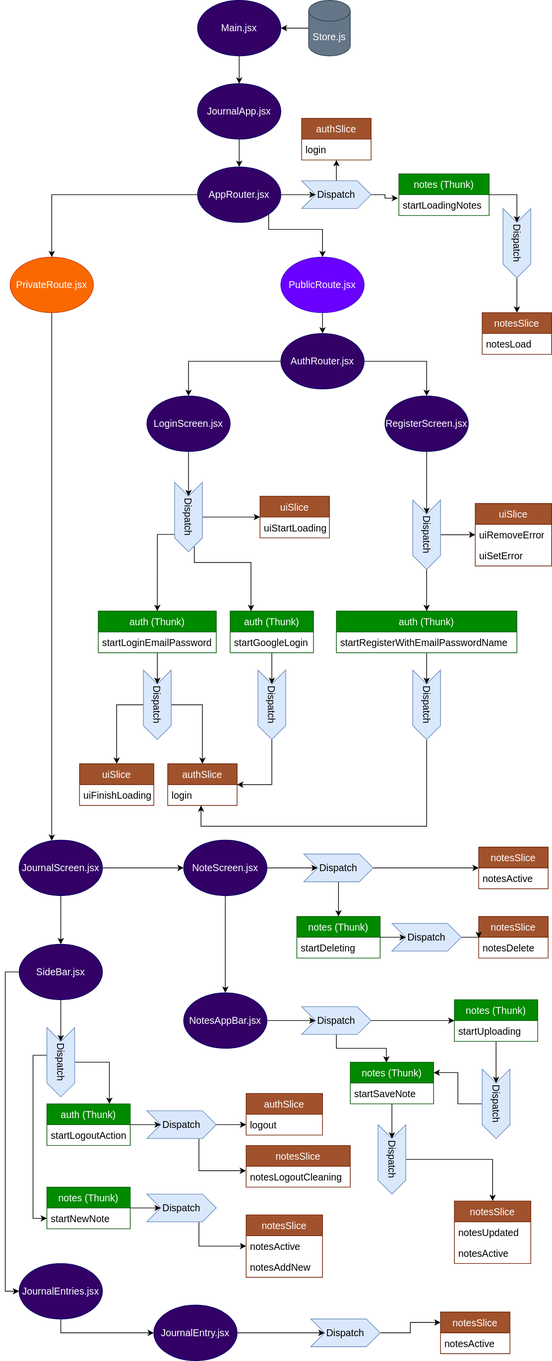
lucasgojeda/journal-app-vite keeps this draw.io diagram as images/mapa.svg. Above is the earlier version. Source tidied: cells renumbered, new cells last; positions are measured from the earlier drawing's top-left corner, leaving out a move shared by most shapes.
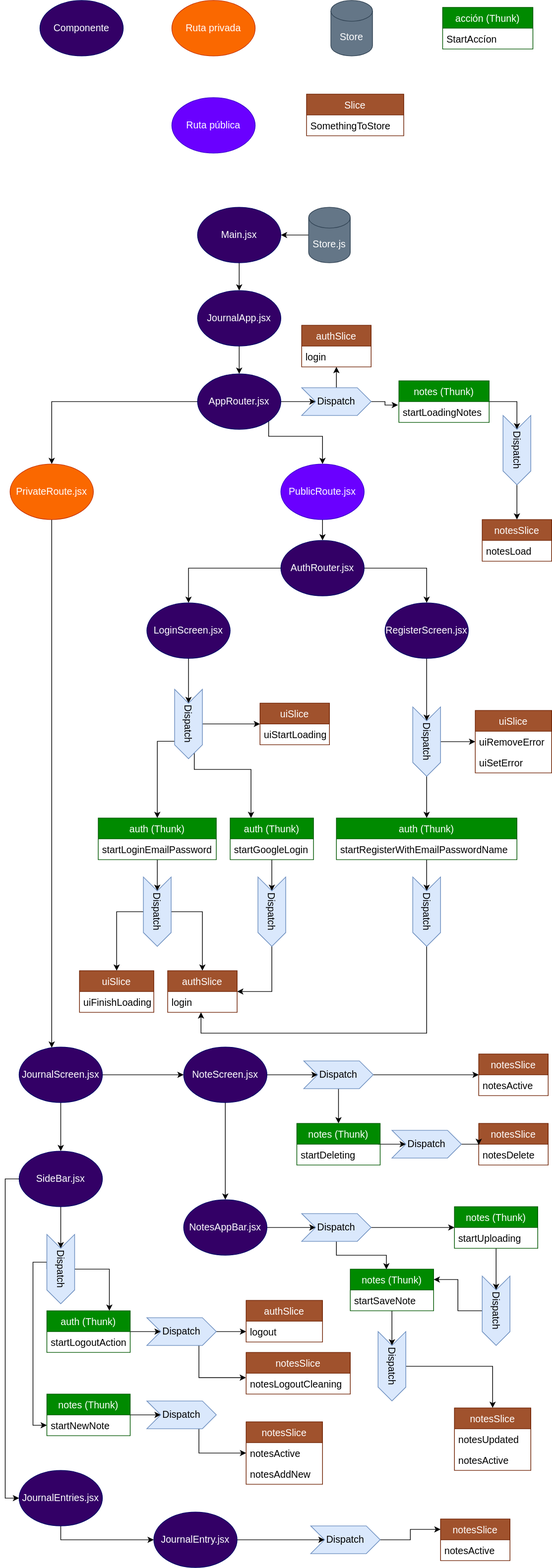
After the commit.

Diff of the diagram source:
```diff
@@ -447,5 +447,29 @@
     <mxCell id="134" value="notesAddNew" style="text;strokeColor=none;fillColor=none;align=left;verticalAlign=middle;spacingLeft=4;spacingRight=4;overflow=hidden;fontSize=14;fontColor=#000000;" parent="132" vertex="1">
       <mxGeometry y="60" width="110" height="30" as="geometry" />
     </mxCell>
+    <mxCell id="135" value="&lt;font color=&quot;#ffffff&quot;&gt;&lt;span style=&quot;font-size: 14px;&quot;&gt;Componente&lt;/span&gt;&lt;/font&gt;" style="ellipse;whiteSpace=wrap;html=1;fillColor=#330066;strokeColor=#000066;" parent="1" vertex="1">
+      <mxGeometry x="43" y="-298" width="120" height="80" as="geometry" />
+    </mxCell>
+    <mxCell id="136" value="&lt;font style=&quot;font-size: 14px;&quot; color=&quot;#ffffff&quot;&gt;Ruta privada&lt;/font&gt;" style="ellipse;whiteSpace=wrap;html=1;fillColor=#fa6800;strokeColor=#C73500;fontColor=#000000;" parent="1" vertex="1">
+      <mxGeometry x="233" y="-298" width="120" height="80" as="geometry" />
+    </mxCell>
+    <mxCell id="137" value="&lt;font style=&quot;font-size: 14px;&quot; color=&quot;#ffffff&quot;&gt;Ruta pública&lt;/font&gt;" style="ellipse;whiteSpace=wrap;html=1;fillColor=#6a00ff;strokeColor=#3700CC;fontColor=#ffffff;" parent="1" vertex="1">
+      <mxGeometry x="233" y="-158" width="120" height="80" as="geometry" />
+    </mxCell>
+    <mxCell id="138" value="Store" style="shape=cylinder3;whiteSpace=wrap;html=1;boundedLbl=1;backgroundOutline=1;size=15;fontSize=14;fillColor=#647687;strokeColor=#314354;fontColor=#ffffff;" parent="1" vertex="1">
+      <mxGeometry x="462" y="-298" width="60" height="80" as="geometry" />
+    </mxCell>
+    <mxCell id="139" value="acción (Thunk)" style="swimlane;fontStyle=0;horizontal=1;startSize=30;fontSize=14;strokeColor=#005700;fillColor=#008a00;fontColor=#ffffff;" parent="1" vertex="1">
+      <mxGeometry x="623" y="-288" width="130" height="60" as="geometry" />
+    </mxCell>
+    <mxCell id="140" value="StartAccíon" style="text;strokeColor=none;fillColor=none;align=left;verticalAlign=middle;spacingLeft=4;spacingRight=4;overflow=hidden;fontSize=14;fontColor=#000000;" parent="139" vertex="1">
+      <mxGeometry y="30" width="130" height="30" as="geometry" />
+    </mxCell>
+    <mxCell id="141" value="Slice" style="swimlane;fontStyle=0;horizontal=1;startSize=30;fontSize=14;strokeColor=#6D1F00;fillColor=#a0522d;fontColor=#ffffff;" parent="1" vertex="1">
+      <mxGeometry x="427" y="-163" width="140" height="60" as="geometry" />
+    </mxCell>
+    <mxCell id="142" value="SomethingToStore" style="text;strokeColor=none;fillColor=none;align=left;verticalAlign=middle;spacingLeft=4;spacingRight=4;overflow=hidden;fontSize=14;fontColor=#000000;" parent="141" vertex="1">
+      <mxGeometry y="30" width="140" height="30" as="geometry" />
+    </mxCell>
   </root>
 </mxGraphModel>
```
